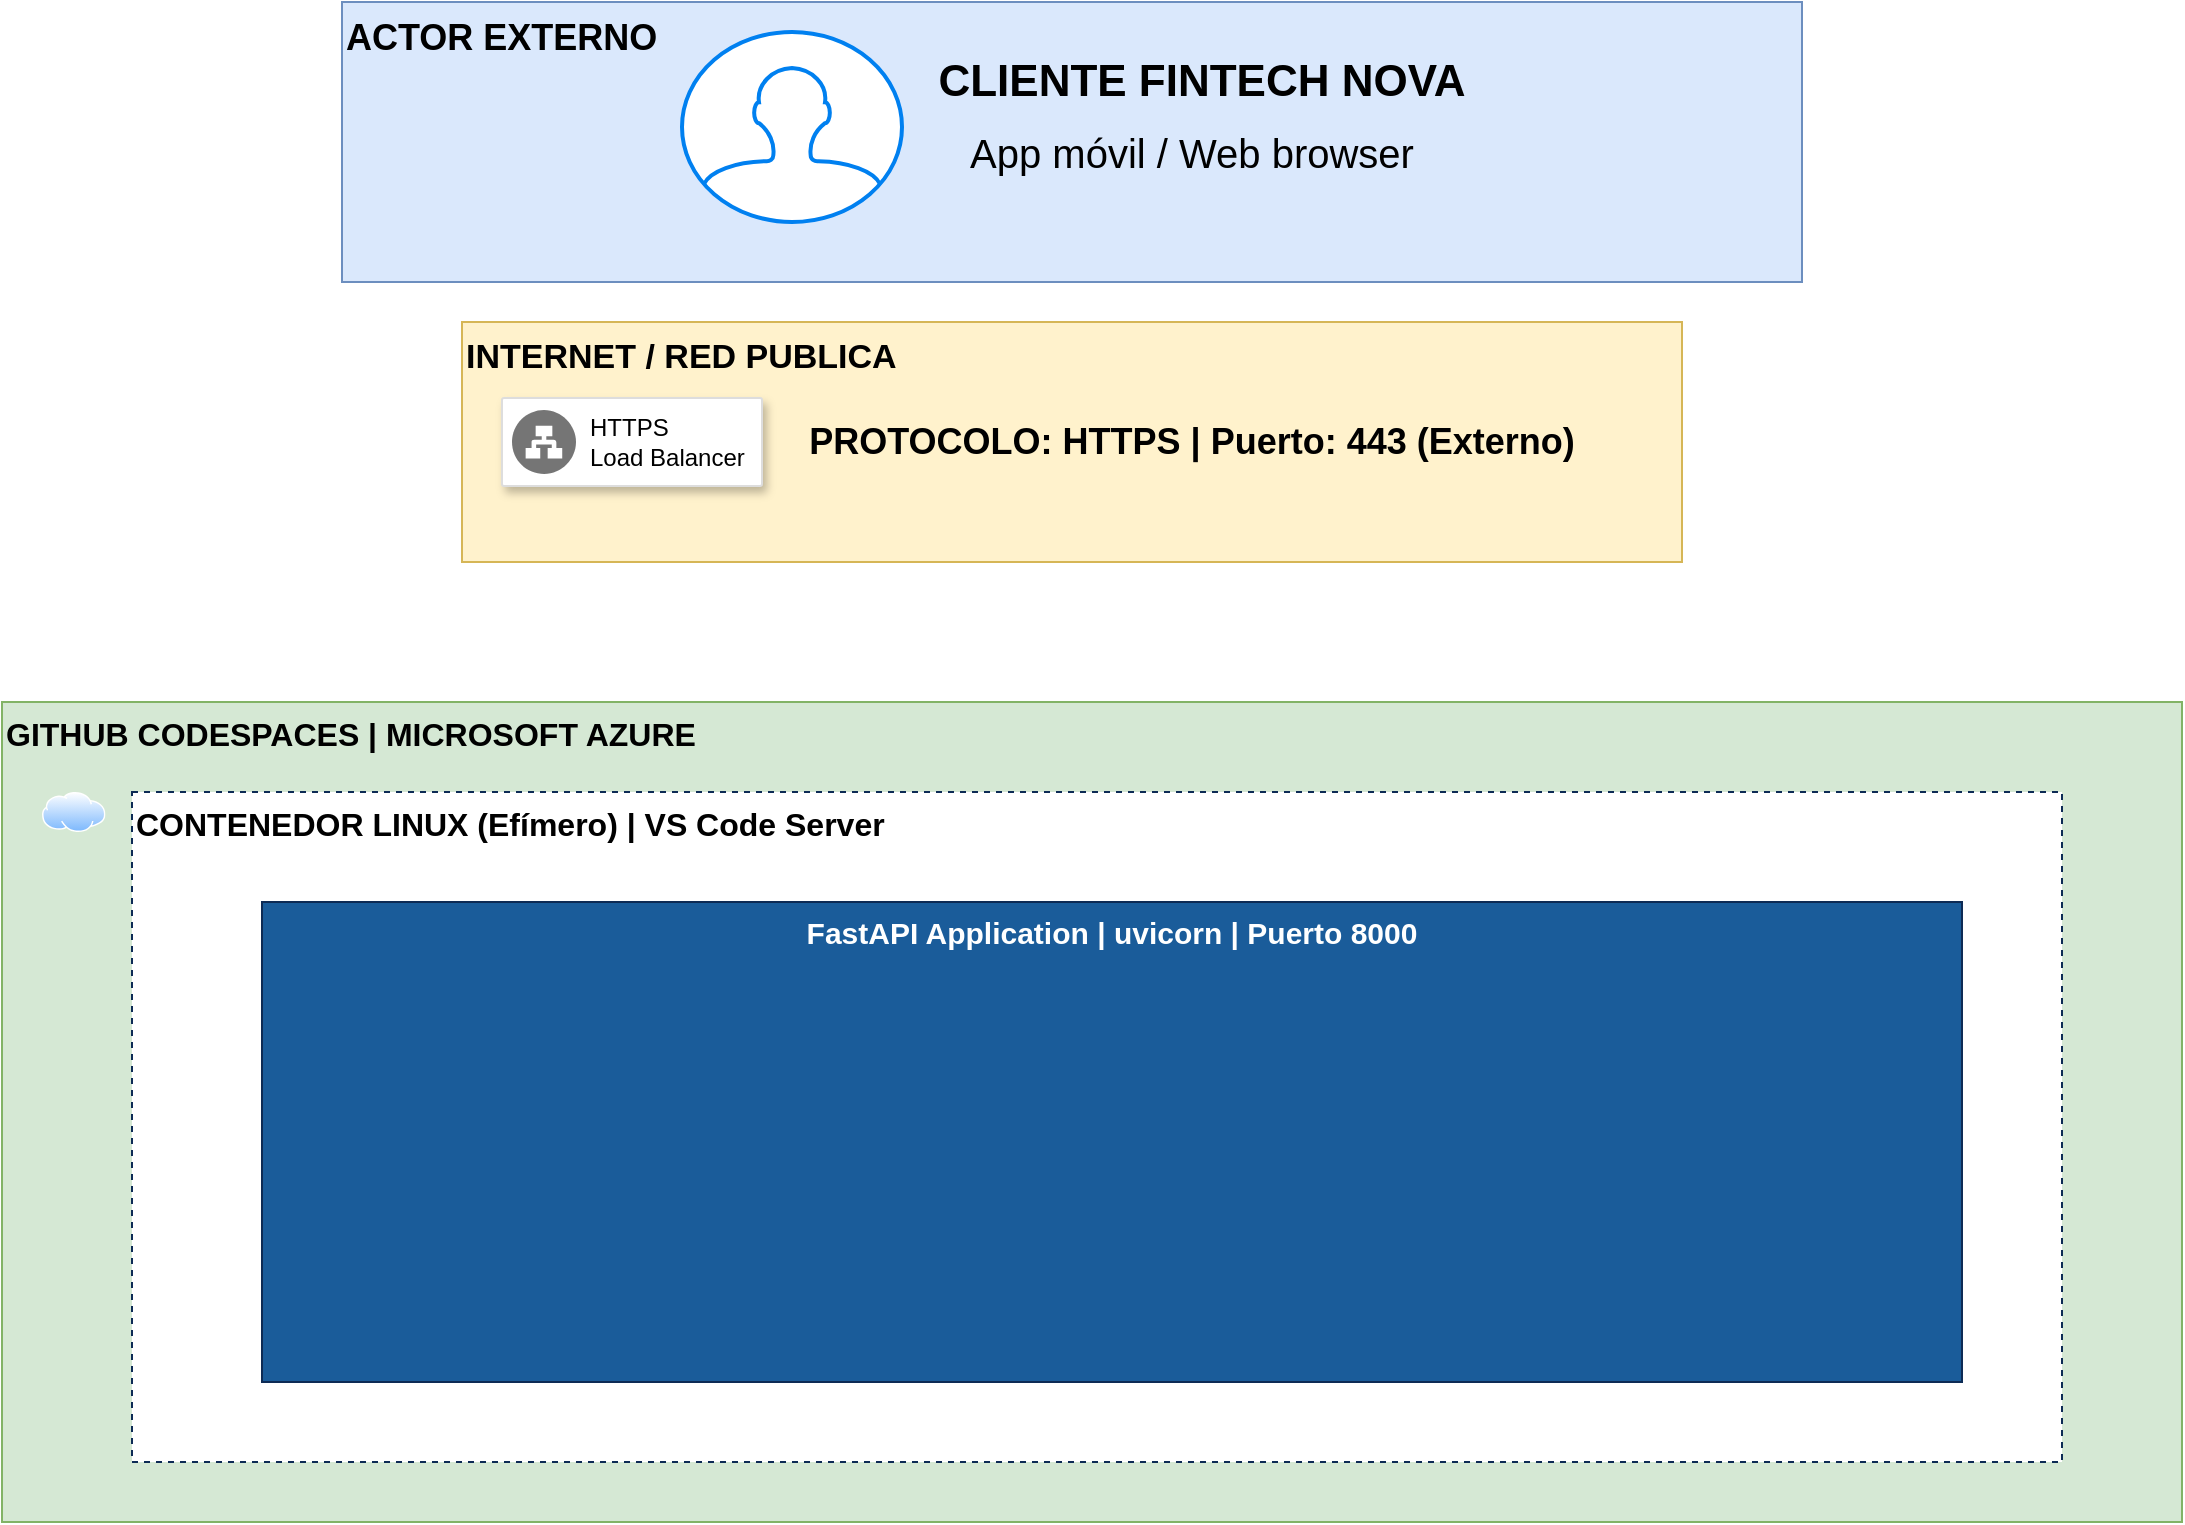
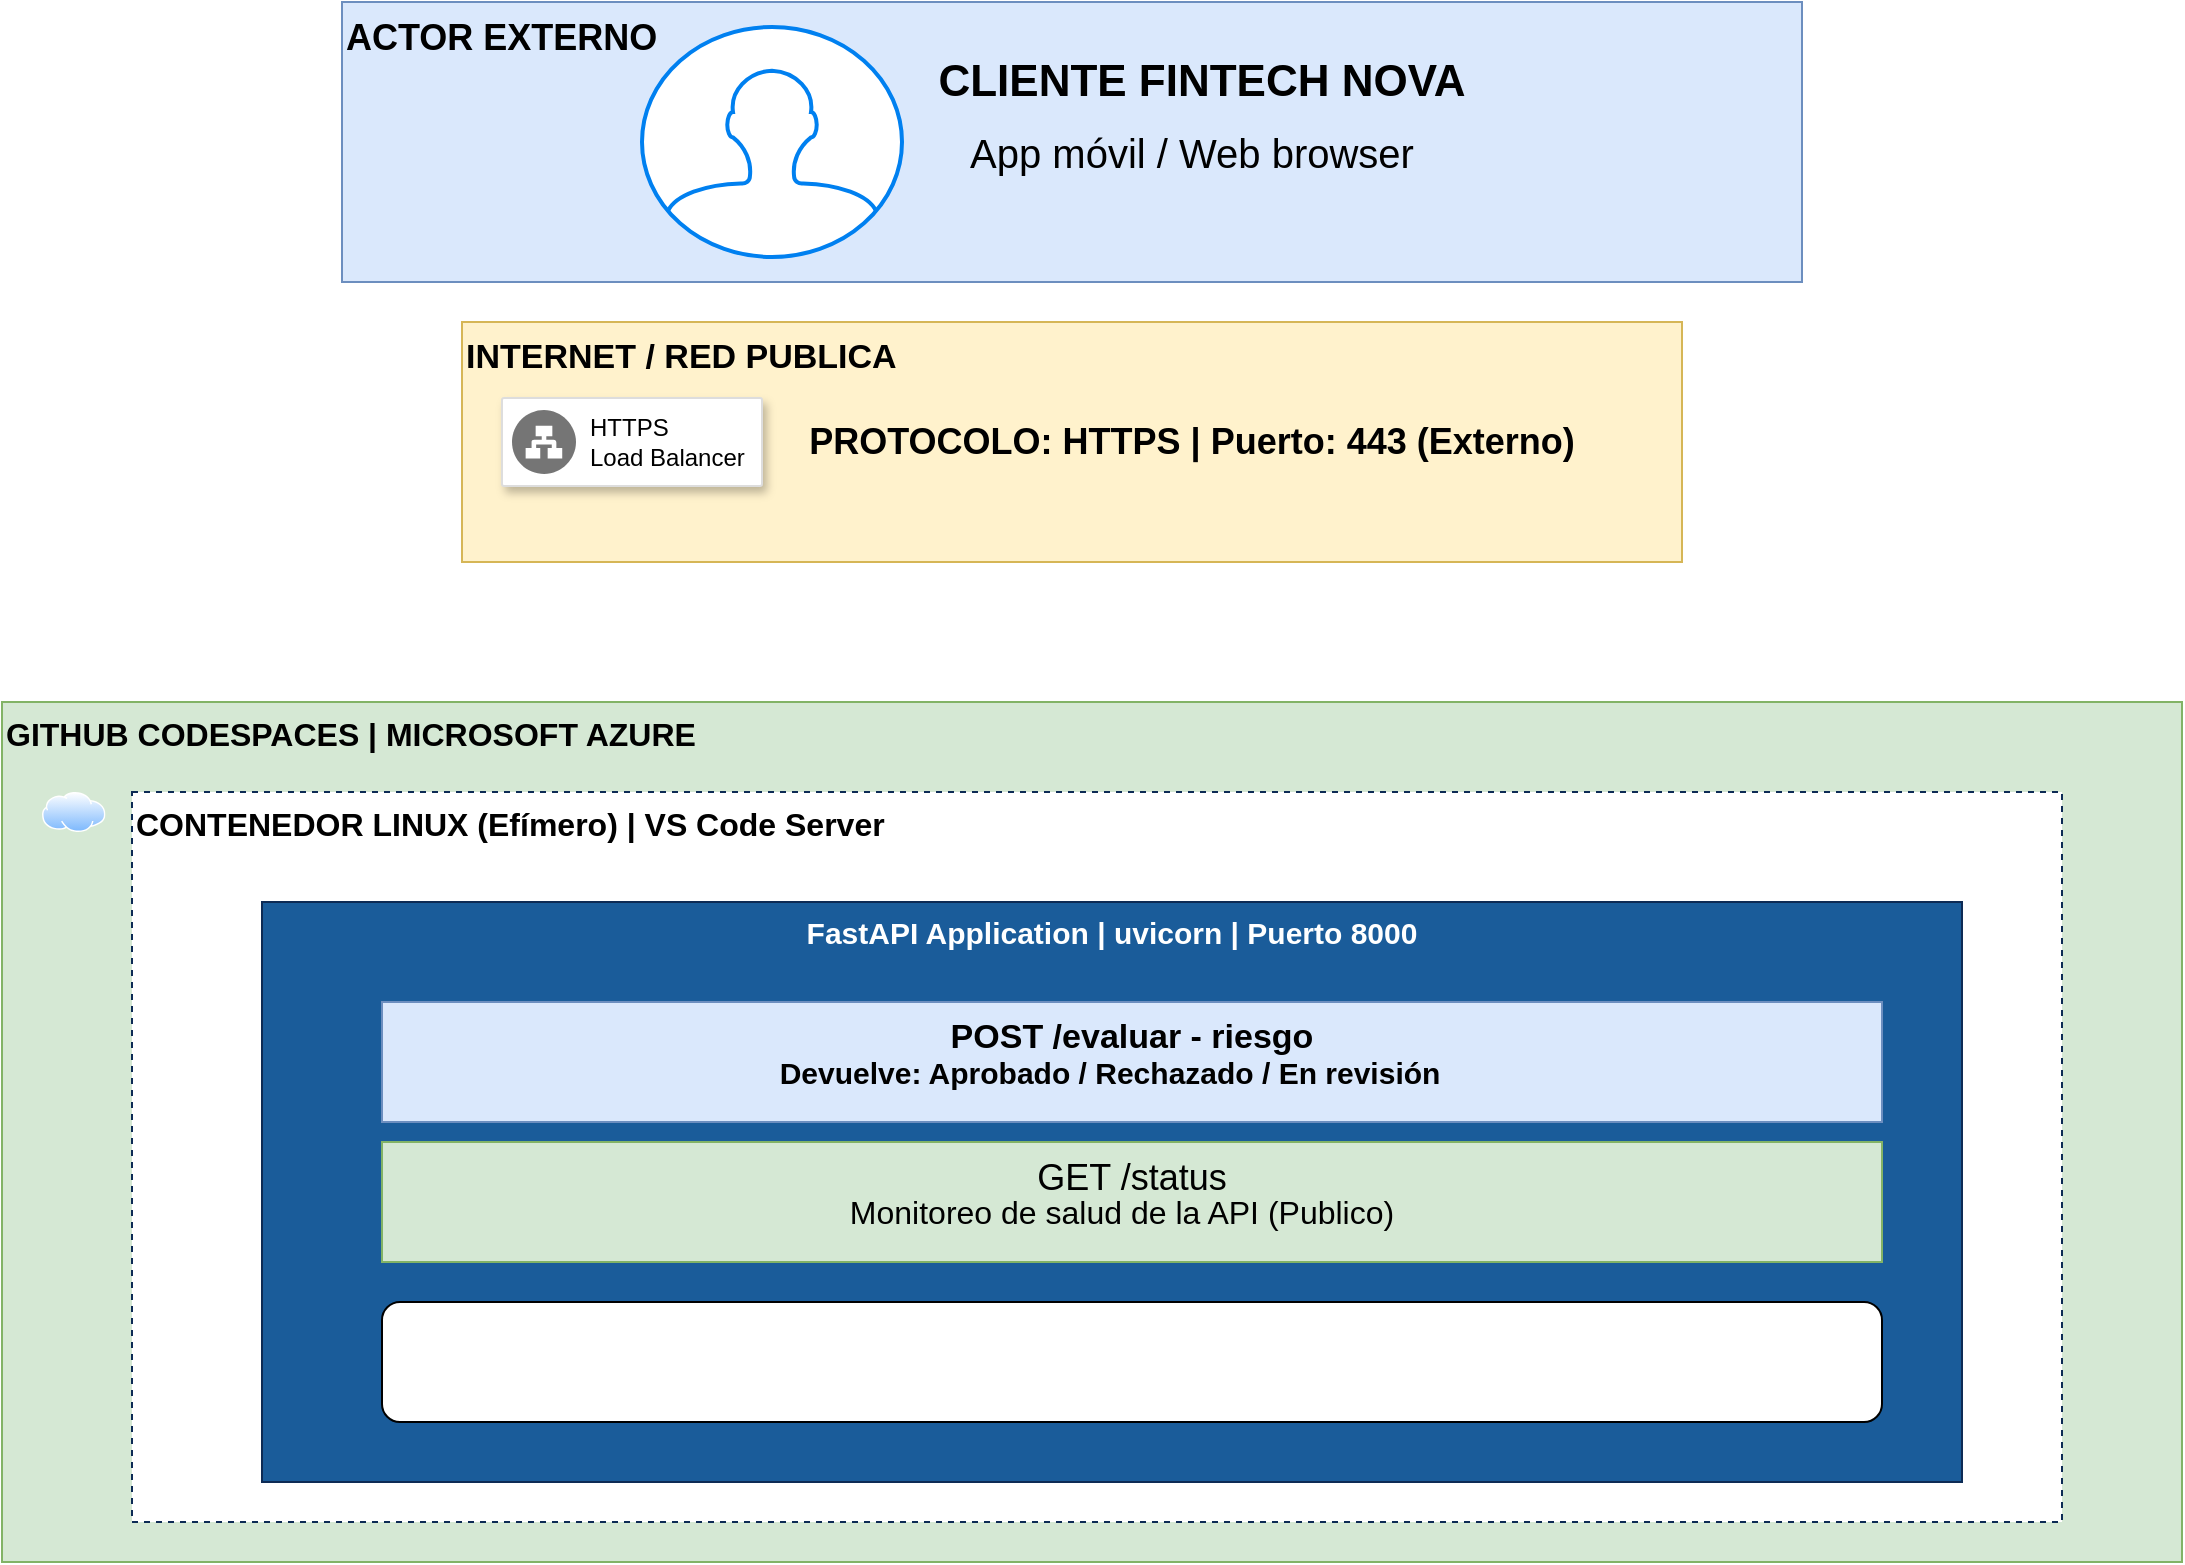
<mxfile host="app.diagrams.net">
  <diagram name="Página-1" id="2bYSpyA3Dfak7f0DMBfR">
    <mxGraphModel dx="1152" dy="1323" grid="1" gridSize="10" guides="1" tooltips="1" connect="1" arrows="1" fold="1" page="1" pageScale="1" pageWidth="1169" pageHeight="827" math="0" shadow="0">
      <root>
        <mxCell id="0" />
        <mxCell id="1" parent="0" />
        <mxCell id="TyJ0rt2JkgR6ljCwjSKc-2" parent="1" style="fillColor=#dae8fc;strokeColor=#6c8ebf;fontSize=18;fontStyle=1;align=left;verticalAlign=top;" value="ACTOR EXTERNO" vertex="1">
          <mxGeometry height="140" width="730" x="220" y="30" as="geometry" />
        </mxCell>
        <mxCell id="TyJ0rt2JkgR6ljCwjSKc-3" parent="1" style="fillColor=#fff2cc;strokeColor=#d6b656;fontSize=17;fontStyle=1;align=left;verticalAlign=top;" value="INTERNET / RED PUBLICA" vertex="1">
          <mxGeometry height="120" width="610" x="280" y="190" as="geometry" />
        </mxCell>
        <mxCell id="TyJ0rt2JkgR6ljCwjSKc-4" parent="1" style="fillColor=#d5e8d4;strokeColor=#82b366;fontSize=16;fontStyle=1;align=left;verticalAlign=top;" value="GITHUB CODESPACES | MICROSOFT AZURE" vertex="1">
-           <mxGeometry height="410" width="1090" x="50" y="380" as="geometry" />
+           <mxGeometry height="430" width="1090" x="50" y="380" as="geometry" />
        </mxCell>
        <mxCell id="TyJ0rt2JkgR6ljCwjSKc-5" parent="1" style="html=1;verticalLabelPosition=bottom;align=center;labelBackgroundColor=#ffffff;verticalAlign=top;strokeWidth=2;strokeColor=#0080F0;shadow=0;dashed=0;shape=mxgraph.ios7.icons.user;" value="" vertex="1">
-           <mxGeometry height="95" width="110" x="390" y="45" as="geometry" />
+           <mxGeometry height="115" width="130" x="370" y="42.5" as="geometry" />
        </mxCell>
        <mxCell id="TyJ0rt2JkgR6ljCwjSKc-8" parent="1" style="text;html=1;whiteSpace=wrap;strokeColor=none;fillColor=none;align=center;verticalAlign=middle;rounded=0;fontSize=16;" value="&lt;font style=&quot;font-size: 22px;&quot;&gt;&lt;b&gt;CLIENTE FINTECH NOVA&lt;/b&gt;&lt;/font&gt;" vertex="1">
          <mxGeometry height="40" width="400" x="450" y="50" as="geometry" />
        </mxCell>
        <mxCell id="TyJ0rt2JkgR6ljCwjSKc-9" parent="1" style="text;html=1;whiteSpace=wrap;strokeColor=none;fillColor=none;align=center;verticalAlign=middle;rounded=0;fontSize=16;" value="&lt;font style=&quot;font-size: 20px; color: light-dark(rgb(0, 0, 0), rgb(156, 156, 156));&quot;&gt;App móvil / Web browser&lt;/font&gt;" vertex="1">
          <mxGeometry height="30" width="240" x="525" y="90" as="geometry" />
        </mxCell>
        <mxCell id="TyJ0rt2JkgR6ljCwjSKc-10" parent="1" style="text;html=1;whiteSpace=wrap;strokeColor=none;fillColor=none;align=center;verticalAlign=middle;rounded=0;fontSize=16;" value="&lt;b&gt;&lt;font style=&quot;font-size: 18px;&quot;&gt;PROTOCOLO: HTTPS | Puerto: 443 (Externo)&lt;/font&gt;&lt;/b&gt;" vertex="1">
          <mxGeometry height="15" width="390" x="450" y="242.5" as="geometry" />
        </mxCell>
        <mxCell id="TyJ0rt2JkgR6ljCwjSKc-12" parent="1" style="strokeColor=#dddddd;fillColor=#FFFFFF;shadow=1;strokeWidth=1;rounded=1;absoluteArcSize=1;arcSize=2;" value="" vertex="1">
          <mxGeometry height="44" width="130" x="300" y="228" as="geometry" />
        </mxCell>
        <mxCell id="TyJ0rt2JkgR6ljCwjSKc-13" parent="TyJ0rt2JkgR6ljCwjSKc-12" style="sketch=0;dashed=0;connectable=0;html=1;fillColor=#757575;strokeColor=none;shape=mxgraph.gcp2.network_load_balancer;part=1;labelPosition=right;verticalLabelPosition=middle;align=left;verticalAlign=middle;spacingLeft=5;fontSize=12;" value="HTTPS&#xa;Load Balancer" vertex="1">
          <mxGeometry height="32" relative="1" width="32" y="0.5" as="geometry">
            <mxPoint x="5" y="-16" as="offset" />
          </mxGeometry>
        </mxCell>
        <mxCell id="TyJ0rt2JkgR6ljCwjSKc-14" parent="1" style="fillColor=#ffffff;strokeColor=#0D2B55;dashed=1;align=left;verticalAlign=top;fontSize=16;fontStyle=1" value="CONTENEDOR LINUX (Efímero) | VS Code Server" vertex="1">
-           <mxGeometry height="335" width="965" x="115" y="425" as="geometry" />
+           <mxGeometry height="365" width="965" x="115" y="425" as="geometry" />
        </mxCell>
        <mxCell id="TyJ0rt2JkgR6ljCwjSKc-15" parent="1" style="image;aspect=fixed;perimeter=ellipsePerimeter;html=1;align=center;shadow=0;dashed=0;spacingTop=3;image=img/lib/active_directory/internet_cloud.svg;" value="" vertex="1">
          <mxGeometry height="20" width="31.75" x="70" y="425" as="geometry" />
        </mxCell>
        <mxCell id="TyJ0rt2JkgR6ljCwjSKc-18" parent="1" style="fillColor=#1A5C9A;fontColor=#ffffff;strokeColor=#0D2B55;verticalAlign=top;fontSize=15;fontStyle=1" value="FastAPI Application | uvicorn | Puerto 8000" vertex="1">
-           <mxGeometry height="240" width="850" x="180" y="480" as="geometry" />
+           <mxGeometry height="290" width="850" x="180" y="480" as="geometry" />
+         </mxCell>
+         <mxCell id="TyJ0rt2JkgR6ljCwjSKc-20" parent="1" style="fillColor=#dae8fc;strokeColor=#6c8ebf;fontStyle=1;fontSize=17;verticalAlign=top;" value="POST /evaluar - riesgo&#xa;" vertex="1">
+           <mxGeometry height="60" width="750" x="240" y="530" as="geometry" />
+         </mxCell>
+         <mxCell id="TyJ0rt2JkgR6ljCwjSKc-21" parent="1" style="fillColor=#d5e8d4;strokeColor=#82b366;verticalAlign=top;fontSize=18;" value="GET /status" vertex="1">
+           <mxGeometry height="60" width="750" x="240" y="600" as="geometry" />
+         </mxCell>
+         <mxCell id="TyJ0rt2JkgR6ljCwjSKc-22" parent="1" style="rounded=1;whiteSpace=wrap;html=1;" value="" vertex="1">
+           <mxGeometry height="60" width="750" x="240" y="680" as="geometry" />
+         </mxCell>
+         <mxCell id="TyJ0rt2JkgR6ljCwjSKc-23" parent="1" style="text;html=1;whiteSpace=wrap;strokeColor=none;fillColor=none;align=center;verticalAlign=middle;rounded=0;fontSize=16;" value="&lt;span style=&quot;font-size: 15px; font-weight: 700; white-space: nowrap;&quot;&gt;&lt;font style=&quot;color: light-dark(rgb(0, 0, 0), rgb(156, 156, 156));&quot;&gt;Devuelve: Aprobado / Rechazado / En revisión&lt;/font&gt;&lt;/span&gt;" vertex="1">
+           <mxGeometry height="30" width="48" x="580" y="550" as="geometry" />
+         </mxCell>
+         <mxCell id="TyJ0rt2JkgR6ljCwjSKc-25" parent="1" style="text;html=1;whiteSpace=wrap;strokeColor=none;fillColor=none;align=center;verticalAlign=middle;rounded=0;fontSize=16;" value="&lt;font style=&quot;color: light-dark(rgb(0, 0, 0), rgb(156, 156, 156));&quot;&gt;Monitoreo de salud de la API (Publico)&lt;/font&gt;" vertex="1">
+           <mxGeometry height="30" width="280" x="470" y="620" as="geometry" />
        </mxCell>
      </root>
    </mxGraphModel>
  </diagram>
</mxfile>
